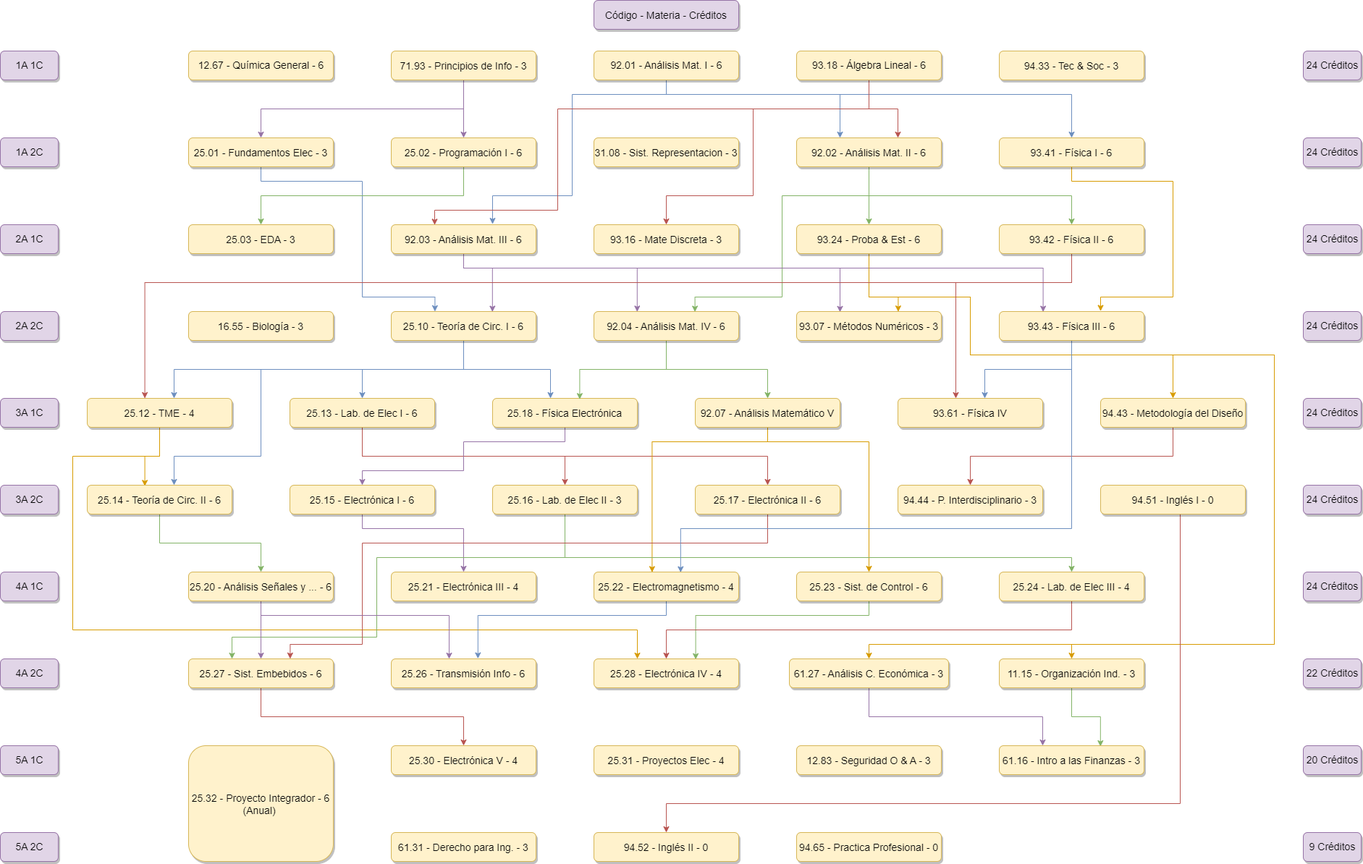
Before: K22.drawio.png, a diagram exported from draw.io (juanipla/K22). Source tidied: cells renumbered, new cells last; positions are measured from the earlier drawing's top-left corner, leaving out a move shared by most shapes.
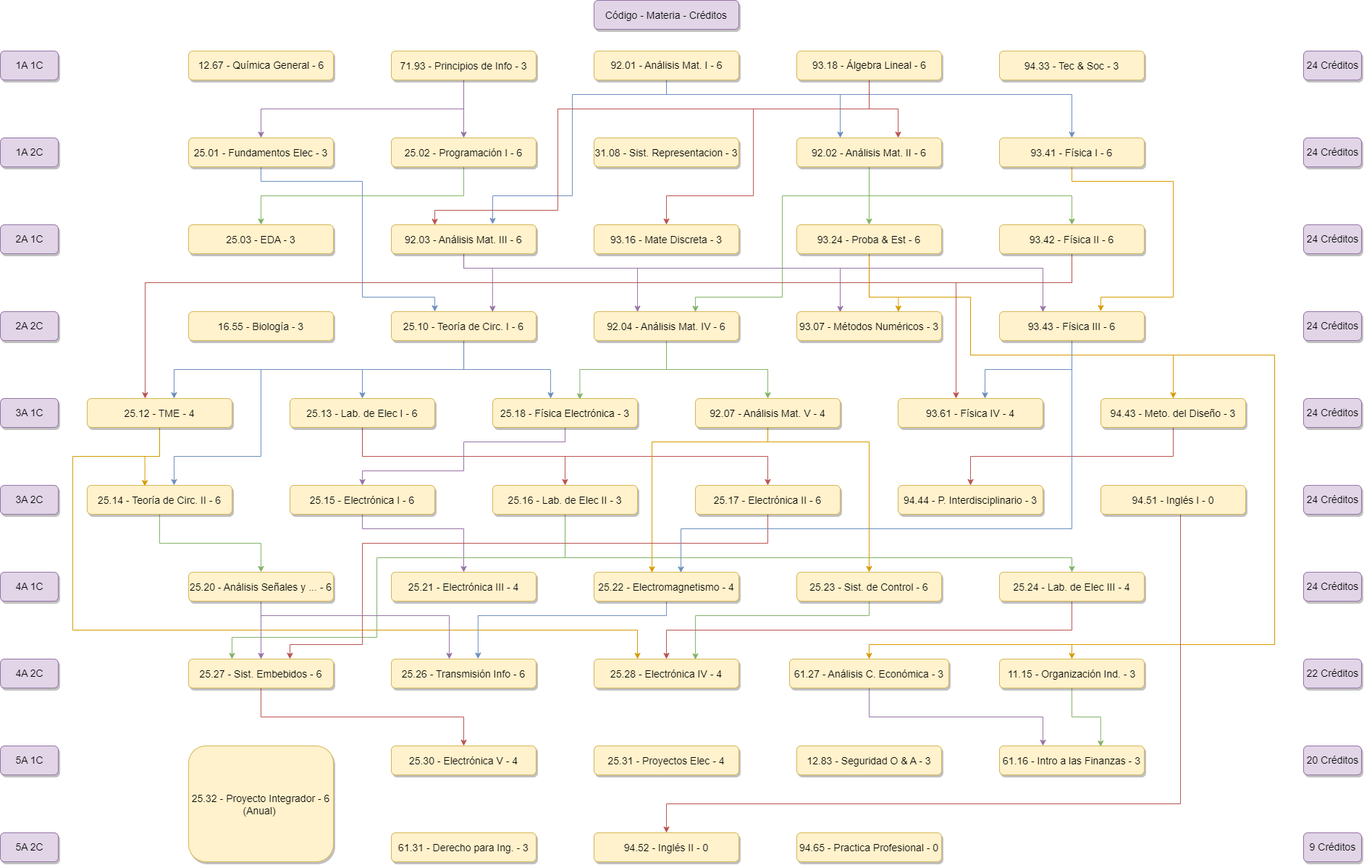
After the commit.

The edit, as a diff of the source:
```diff
@@ -334,7 +334,7 @@
         </Array>
       </mxGeometry>
     </mxCell>
-    <mxCell id="59" value="25.18 - Física Electrónica" style="rounded=1;fillColor=#fff2cc;strokeColor=#d6b656;shadow=1;fontStyle=0;fontSize=14;fontColor=default;labelBorderColor=none;labelBackgroundColor=none;verticalAlign=middle;" parent="1" vertex="1">
+    <mxCell id="59" value="25.18 - Física Electrónica - 3" style="rounded=1;fillColor=#fff2cc;strokeColor=#d6b656;shadow=1;fontStyle=0;fontSize=14;fontColor=default;labelBorderColor=none;labelBackgroundColor=none;verticalAlign=middle;" parent="1" vertex="1">
       <mxGeometry x="680" y="550" width="200" height="40" as="geometry" />
     </mxCell>
     <mxCell id="60" style="edgeStyle=orthogonalEdgeStyle;rounded=0;jumpStyle=none;jettySize=auto;html=1;entryX=0.5;entryY=0;entryDx=0;entryDy=0;fillColor=#ffe6cc;strokeColor=#d79b00;" parent="1" edge="1" source="62" target="98">
@@ -354,10 +354,10 @@
         </Array>
       </mxGeometry>
     </mxCell>
-    <mxCell id="62" value="92.07 - Análisis Matemático V" style="rounded=1;fillColor=#fff2cc;strokeColor=#d6b656;shadow=1;fontStyle=0;fontSize=14;fontColor=default;labelBorderColor=none;labelBackgroundColor=none;verticalAlign=middle;" parent="1" vertex="1">
+    <mxCell id="62" value="92.07 - Análisis Mat. V - 4" style="rounded=1;fillColor=#fff2cc;strokeColor=#d6b656;shadow=1;fontStyle=0;fontSize=14;fontColor=default;labelBorderColor=none;labelBackgroundColor=none;verticalAlign=middle;" parent="1" vertex="1">
       <mxGeometry x="960" y="550" width="200" height="40" as="geometry" />
     </mxCell>
-    <mxCell id="63" value="93.61 - Física IV" style="rounded=1;fillColor=#fff2cc;strokeColor=#d6b656;shadow=1;fontStyle=0;fontSize=14;fontColor=default;labelBorderColor=none;labelBackgroundColor=none;verticalAlign=middle;" parent="1" vertex="1">
+    <mxCell id="63" value="93.61 - Física IV - 4" style="rounded=1;fillColor=#fff2cc;strokeColor=#d6b656;shadow=1;fontStyle=0;fontSize=14;fontColor=default;labelBorderColor=none;labelBackgroundColor=none;verticalAlign=middle;" parent="1" vertex="1">
       <mxGeometry x="1240" y="550" width="200" height="40" as="geometry" />
     </mxCell>
     <mxCell id="64" style="edgeStyle=orthogonalEdgeStyle;rounded=0;jumpStyle=none;jettySize=auto;html=1;fillColor=#f8cecc;strokeColor=#b85450;" parent="1" edge="1" source="65" target="75">
@@ -368,7 +368,7 @@
         </Array>
       </mxGeometry>
     </mxCell>
-    <mxCell id="65" value="94.43 - Metodología del Diseño" style="rounded=1;fillColor=#fff2cc;strokeColor=#d6b656;shadow=1;fontStyle=0;fontSize=14;fontColor=default;labelBorderColor=none;labelBackgroundColor=none;verticalAlign=middle;" parent="1" vertex="1">
+    <mxCell id="65" value="94.43 - Meto. del Diseño - 3" style="rounded=1;fillColor=#fff2cc;strokeColor=#d6b656;shadow=1;fontStyle=0;fontSize=14;fontColor=default;labelBorderColor=none;labelBackgroundColor=none;verticalAlign=middle;" parent="1" vertex="1">
       <mxGeometry x="1520" y="550" width="200" height="40" as="geometry" />
     </mxCell>
     <mxCell id="66" style="edgeStyle=orthogonalEdgeStyle;rounded=0;jumpStyle=none;jettySize=auto;html=1;entryX=0.5;entryY=0;entryDx=0;entryDy=0;fillColor=#d5e8d4;strokeColor=#82b366;" parent="1" edge="1" source="67" target="93">
```
